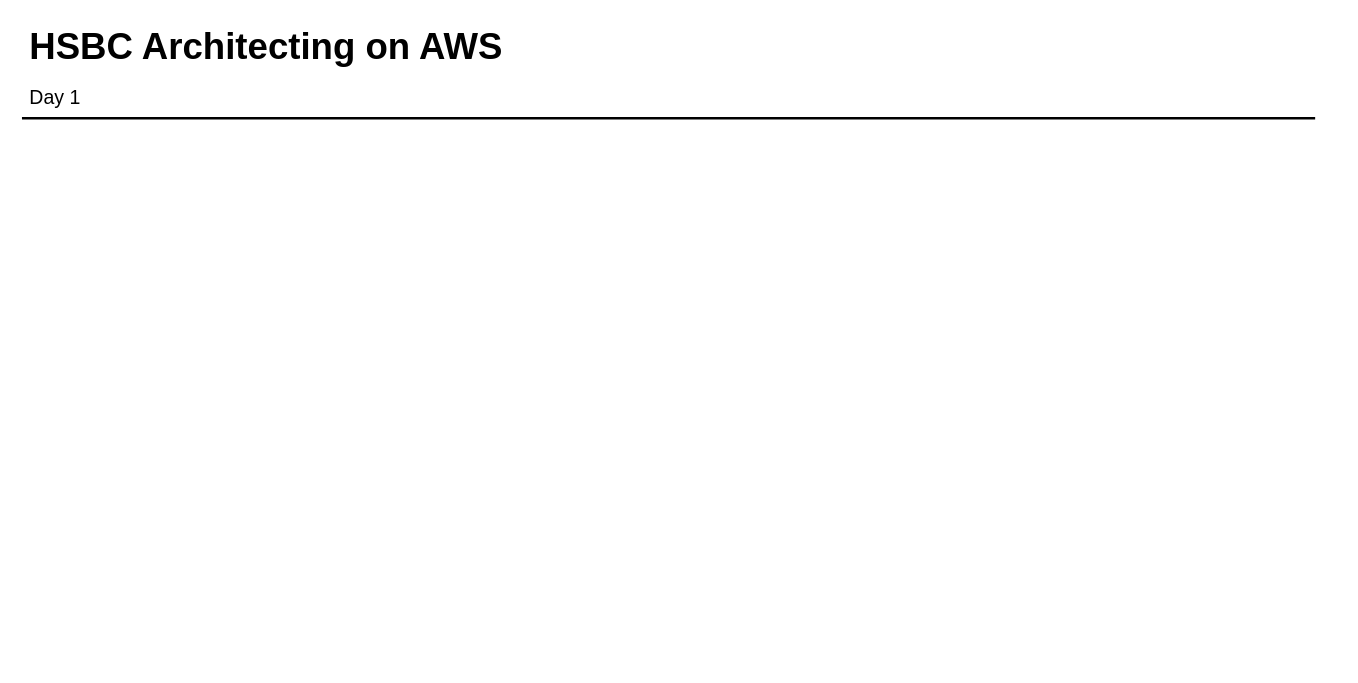
taupoali/awsdiagrams keeps this draw.io diagram as page "Page-3" (3 of 8) of 22sep-arch-day1.drawio. Above is the earlier version. Source tidied: cells renumbered, new cells numbered last; positions are measured from the earlier drawing's top-left corner, leaving out a move shared by most shapes. Both pictures are drawn from the tidied source at 122%, with x=0, y=0 at pixel (21, 20).
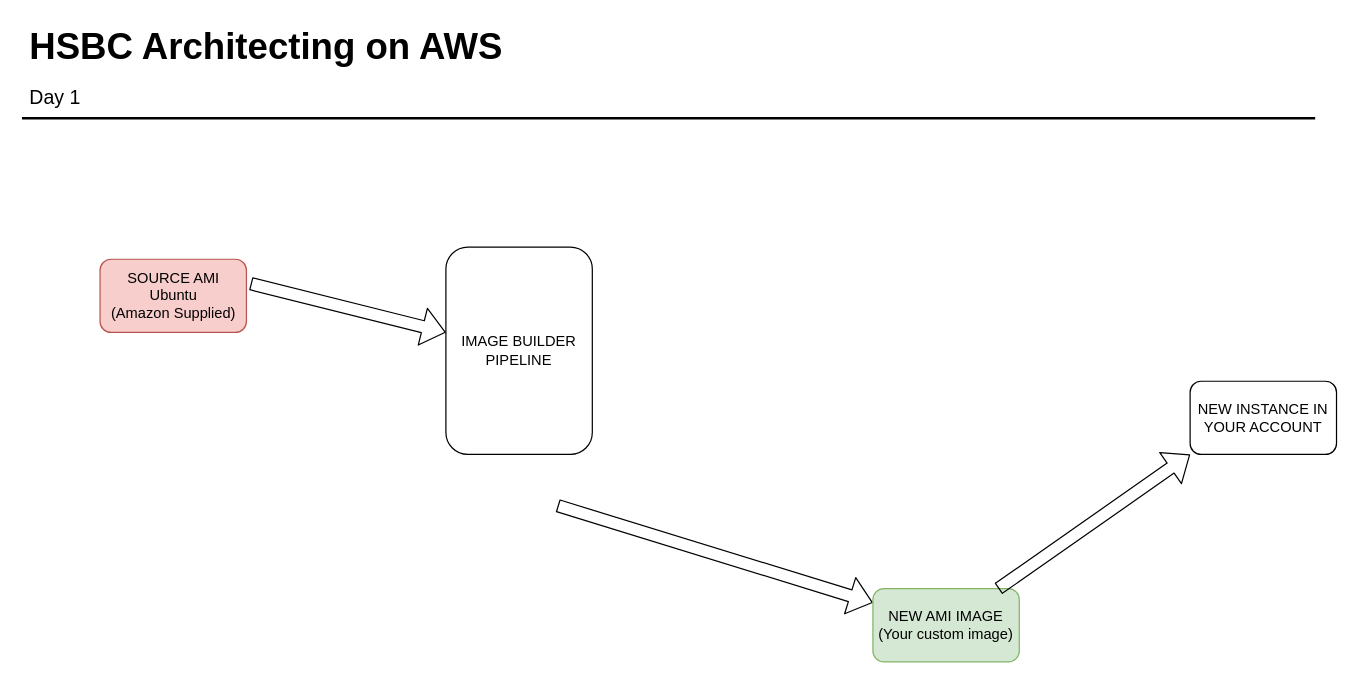
After the change.

Change to the diagram source:
```diff
@@
 <mxGraphModel>
   <root>
     <mxCell id="0" />
     <mxCell id="1" parent="0" />
     <mxCell id="2" value="HSBC Architecting on AWS" style="text;html=1;align=left;verticalAlign=top;spacingTop=-4;fontSize=30;fontStyle=1;" parent="1" vertex="1">
       <mxGeometry x="4.5" y="0.5" width="400" height="40" as="geometry" />
     </mxCell>
     <mxCell id="3" value="Day 1" style="text;html=1;align=left;verticalAlign=top;spacingTop=-4;fontSize=16;" parent="1" vertex="1">
       <mxGeometry x="4.5" y="50.5" width="60" height="20" as="geometry" />
     </mxCell>
     <mxCell id="4" style="line;strokeWidth=2;html=1;fontSize=14;" parent="1" vertex="1">
       <mxGeometry x="0.5" y="75.5" width="1060" height="10" as="geometry" />
     </mxCell>
+    <mxCell id="5" value="SOURCE AMI&lt;br&gt;Ubuntu&lt;br&gt;(Amazon Supplied)" style="rounded=1;whiteSpace=wrap;html=1;fillColor=#f8cecc;strokeColor=#b85450;" parent="1" vertex="1">
+      <mxGeometry x="64.5" y="196" width="120" height="60" as="geometry" />
+    </mxCell>
+    <mxCell id="6" style="shape=flexArrow;endArrow=classic;html=1;" parent="1" edge="1" target="7">
+      <mxGeometry relative="1" as="geometry">
+        <mxPoint x="188" y="216" as="sourcePoint" />
+      </mxGeometry>
+    </mxCell>
+    <mxCell id="7" value="IMAGE BUILDER PIPELINE" style="rounded=1;whiteSpace=wrap;html=1;" parent="1" vertex="1">
+      <mxGeometry x="348" y="186" width="120" height="170" as="geometry" />
+    </mxCell>
+    <mxCell id="8" style="shape=flexArrow;endArrow=classic;html=1;exitX=0.847;exitY=0.033;exitDx=0;exitDy=0;exitPerimeter=0;" parent="1" edge="1" target="9">
+      <mxGeometry relative="1" as="geometry">
+        <mxPoint x="439.6" y="398" as="sourcePoint" />
+      </mxGeometry>
+    </mxCell>
+    <mxCell id="9" value="NEW AMI IMAGE&lt;br&gt;(Your custom image)" style="rounded=1;whiteSpace=wrap;html=1;fillColor=#d5e8d4;strokeColor=#82b366;" parent="1" vertex="1">
+      <mxGeometry x="698" y="466" width="120" height="60" as="geometry" />
+    </mxCell>
+    <mxCell id="10" value="NEW INSTANCE IN YOUR ACCOUNT" style="rounded=1;whiteSpace=wrap;html=1;" parent="1" vertex="1">
+      <mxGeometry x="958" y="296" width="120" height="60" as="geometry" />
+    </mxCell>
+    <mxCell id="11" style="shape=flexArrow;endArrow=classic;html=1;" parent="1" edge="1" source="9">
+      <mxGeometry relative="1" as="geometry">
+        <mxPoint x="958" y="356" as="targetPoint" />
+      </mxGeometry>
+    </mxCell>
   </root>
 </mxGraphModel>
```
